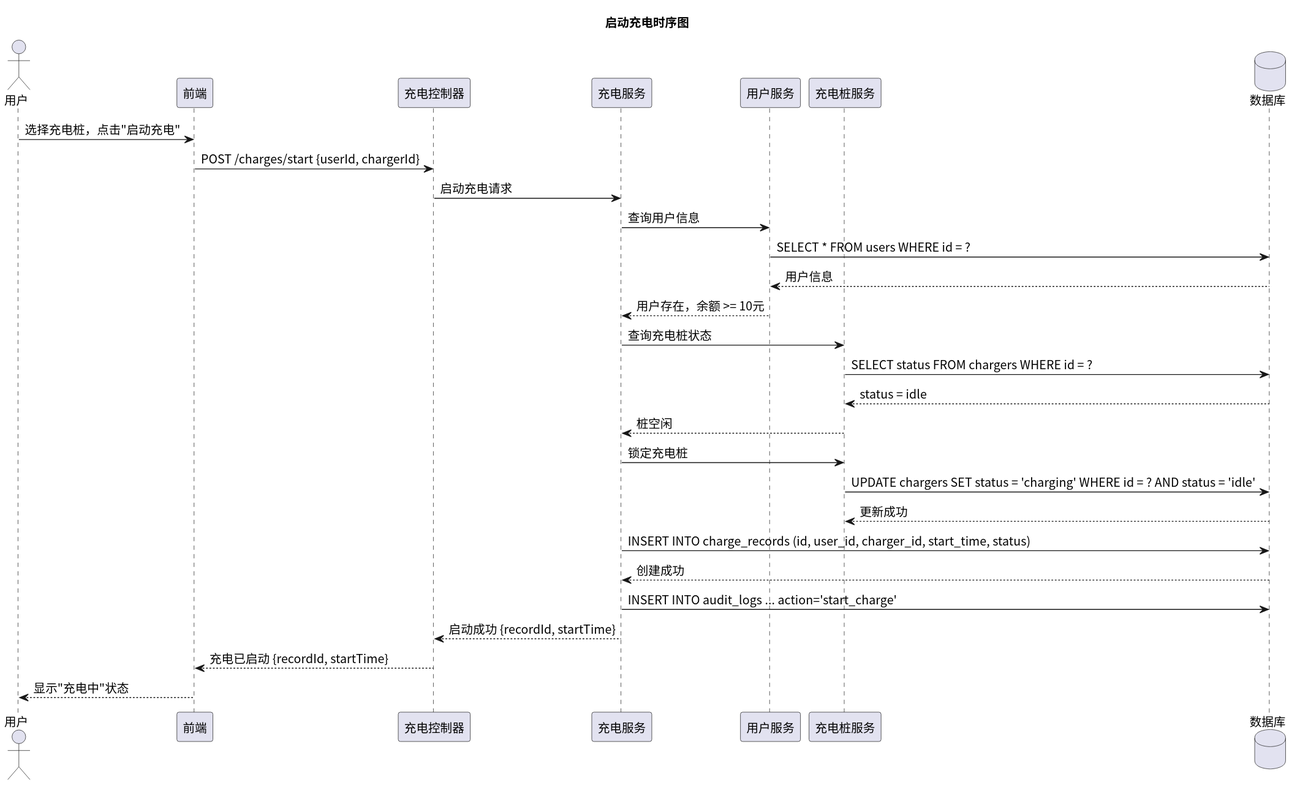
The PlantUML diagram time/img/sequence_charging.svg in greenhandzdl/charging-station-doc, before a commit.
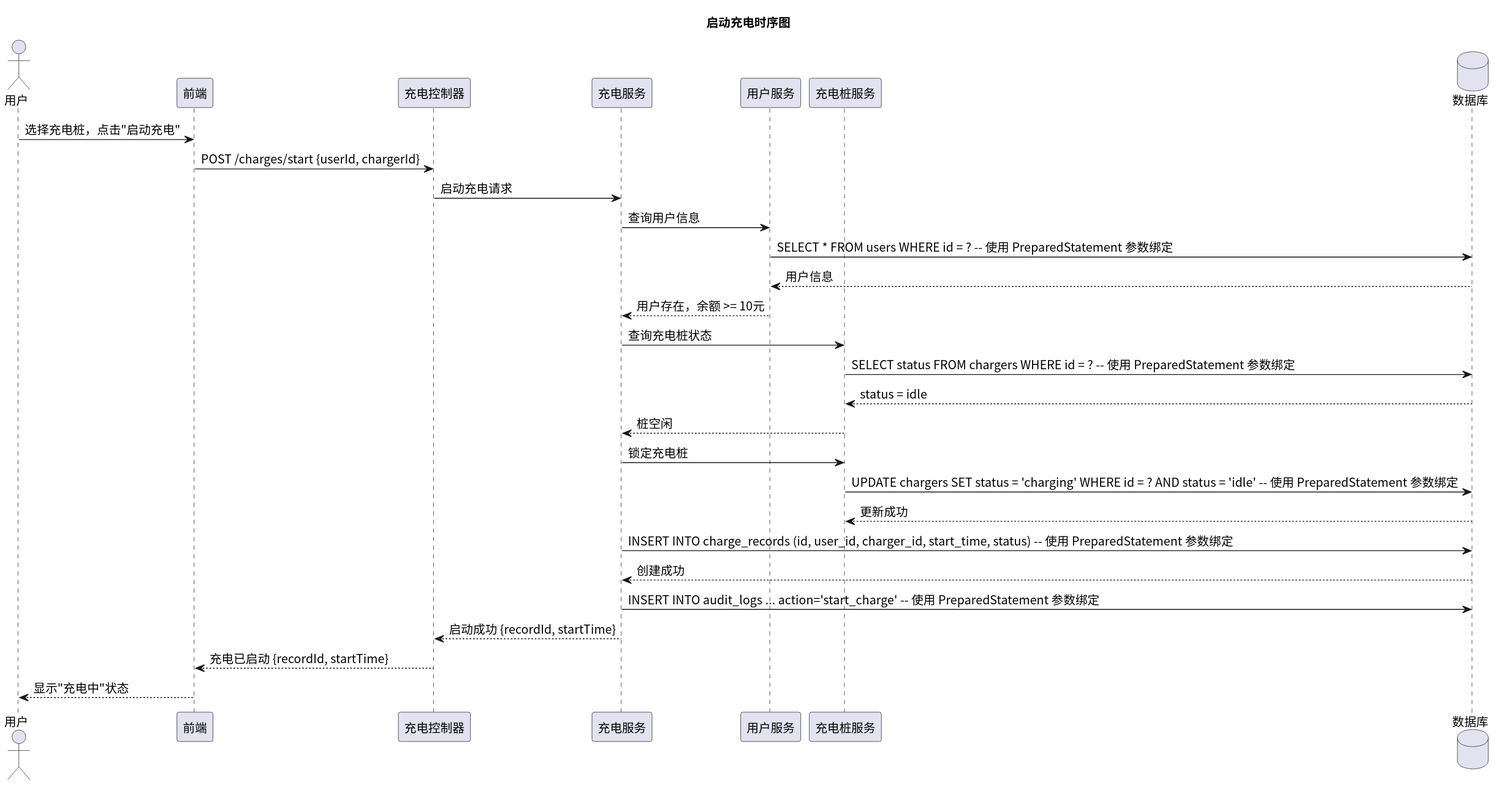
The same file after the commit.

The edit, as a diff of the source:
```diff
@@ -2,6 +2,7 @@
 skinparam defaultFontName "Noto Sans CJK SC"
 skinparam defaultFontSize 14
 title 启动充电时序图
+
 actor 用户 as U
 participant 前端 as FE
 participant 充电控制器 as Ctrl
@@ -15,23 +16,23 @@
 Ctrl -> Service: 启动充电请求
 
 Service -> US: 查询用户信息
-US -> DB: SELECT * FROM users WHERE id = ?
+US -> DB: SELECT * FROM users WHERE id = ? -- 使用 PreparedStatement 参数绑定
 DB --> US: 用户信息
 US --> Service: 用户存在，余额 >= 10元
 
 Service -> CS: 查询充电桩状态
-CS -> DB: SELECT status FROM chargers WHERE id = ?
+CS -> DB: SELECT status FROM chargers WHERE id = ? -- 使用 PreparedStatement 参数绑定
 DB --> CS: status = idle
 CS --> Service: 桩空闲
 
 Service -> CS: 锁定充电桩
-CS -> DB: UPDATE chargers SET status = 'charging' WHERE id = ? AND status = 'idle'
+CS -> DB: UPDATE chargers SET status = 'charging' WHERE id = ? AND status = 'idle' -- 使用 PreparedStatement 参数绑定
 DB --> CS: 更新成功
 
-Service -> DB: INSERT INTO charge_records (id, user_id, charger_id, start_time, status)
+Service -> DB: INSERT INTO charge_records (id, user_id, charger_id, start_time, status) -- 使用 PreparedStatement 参数绑定
 DB --> Service: 创建成功
 
-Service -> DB: INSERT INTO audit_logs ... action='start_charge'
+Service -> DB: INSERT INTO audit_logs ... action='start_charge' -- 使用 PreparedStatement 参数绑定
 Service --> Ctrl: 启动成功 {recordId, startTime}
 
 Ctrl --> FE: 充电已启动 {recordId, startTime}
```
